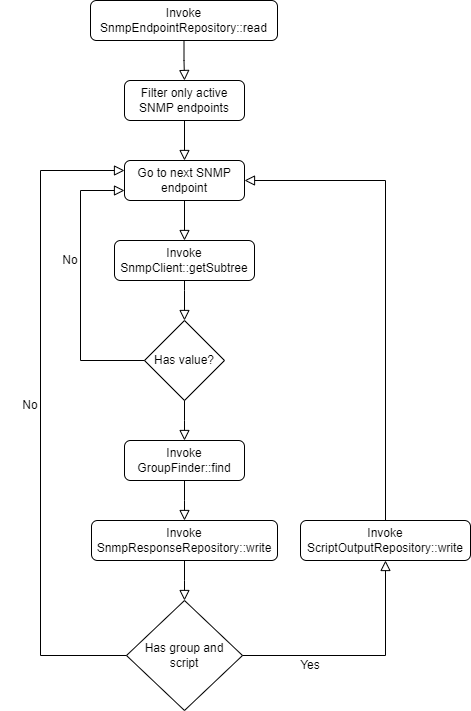
Earlier version of the draw.io export snmp-listener.drawio.png (TrifonDardzhonov/snmp-tracer). Source tidied: cells renumbered, new cells last; positions are measured from the earlier drawing's top-left corner, leaving out a move shared by most shapes. Source of this version:
```xml
<mxGraphModel>
  <root>
    <mxCell id="0" />
    <mxCell id="1" parent="0" />
    <mxCell id="2" style="rounded=0;html=1;jettySize=auto;fontSize=11;endArrow=block;endFill=0;endSize=8;strokeWidth=1;shadow=0;labelBackgroundColor=none;edgeStyle=orthogonalEdgeStyle;entryX=0.5;entryY=0;entryDx=0;entryDy=0;" parent="1" edge="1" source="3" target="4">
      <mxGeometry relative="1" as="geometry">
        <Array as="points">
          <mxPoint x="184" y="60" />
          <mxPoint x="184" y="60" />
        </Array>
      </mxGeometry>
    </mxCell>
    <mxCell id="3" value="Invoke SnmpEndpointRepository::read" style="rounded=1;whiteSpace=wrap;html=1;fontSize=12;glass=0;strokeWidth=1;shadow=0;" parent="1" vertex="1">
      <mxGeometry x="90" width="187" height="40" as="geometry" />
    </mxCell>
    <mxCell id="4" value="Filter only active SNMP endpoints" style="rounded=1;whiteSpace=wrap;html=1;fontSize=12;glass=0;strokeWidth=1;shadow=0;" parent="1" vertex="1">
      <mxGeometry x="124" y="80" width="120" height="40" as="geometry" />
    </mxCell>
    <mxCell id="5" style="rounded=0;html=1;jettySize=auto;fontSize=11;endArrow=block;endFill=0;endSize=8;strokeWidth=1;shadow=0;labelBackgroundColor=none;edgeStyle=orthogonalEdgeStyle;entryX=0.5;entryY=0;entryDx=0;entryDy=0;exitX=0.5;exitY=1;exitDx=0;exitDy=0;" parent="1" edge="1" source="4" target="6">
      <mxGeometry relative="1" as="geometry">
        <Array as="points">
          <mxPoint x="184" y="160" />
          <mxPoint x="184" y="160" />
        </Array>
      </mxGeometry>
    </mxCell>
    <mxCell id="6" value="Go to next SNMP endpoint" style="rounded=1;whiteSpace=wrap;html=1;fontSize=12;glass=0;strokeWidth=1;shadow=0;" parent="1" vertex="1">
      <mxGeometry x="124" y="160" width="120" height="40" as="geometry" />
    </mxCell>
    <mxCell id="7" value="Invoke SnmpClient::getSubtree" style="rounded=1;whiteSpace=wrap;html=1;fontSize=12;glass=0;strokeWidth=1;shadow=0;" parent="1" vertex="1">
      <mxGeometry x="114" y="240" width="140" height="40" as="geometry" />
    </mxCell>
    <mxCell id="8" style="rounded=0;html=1;jettySize=auto;fontSize=11;endArrow=block;endFill=0;endSize=8;strokeWidth=1;shadow=0;labelBackgroundColor=none;edgeStyle=orthogonalEdgeStyle;entryX=0.5;entryY=0;entryDx=0;entryDy=0;exitX=0.5;exitY=1;exitDx=0;exitDy=0;" parent="1" edge="1" source="6" target="7">
      <mxGeometry relative="1" as="geometry" />
    </mxCell>
    <mxCell id="9" value="Has value?" style="rhombus;whiteSpace=wrap;html=1;" parent="1" vertex="1">
      <mxGeometry x="144" y="320" width="80" height="80" as="geometry" />
    </mxCell>
    <mxCell id="10" style="rounded=0;html=1;jettySize=auto;fontSize=11;endArrow=block;endFill=0;endSize=8;strokeWidth=1;shadow=0;labelBackgroundColor=none;edgeStyle=orthogonalEdgeStyle;entryX=0.5;entryY=0;entryDx=0;entryDy=0;exitX=0.5;exitY=1;exitDx=0;exitDy=0;" parent="1" edge="1" source="7" target="9">
      <mxGeometry relative="1" as="geometry">
        <Array as="points">
          <mxPoint x="184" y="290" />
          <mxPoint x="184" y="290" />
        </Array>
      </mxGeometry>
    </mxCell>
    <mxCell id="11" style="rounded=0;html=1;jettySize=auto;fontSize=11;endArrow=block;endFill=0;endSize=8;strokeWidth=1;shadow=0;labelBackgroundColor=none;edgeStyle=orthogonalEdgeStyle;exitX=0;exitY=0.5;exitDx=0;exitDy=0;entryX=0;entryY=0.75;entryDx=0;entryDy=0;" parent="1" edge="1" source="9" target="6">
      <mxGeometry relative="1" as="geometry">
        <Array as="points">
          <mxPoint x="80" y="360" />
          <mxPoint x="80" y="190" />
        </Array>
      </mxGeometry>
    </mxCell>
    <mxCell id="12" value="No" style="text;html=1;strokeColor=none;fillColor=none;align=center;verticalAlign=middle;whiteSpace=wrap;rounded=0;" parent="1" vertex="1">
      <mxGeometry x="40" y="245" width="60" height="30" as="geometry" />
    </mxCell>
    <mxCell id="13" value="Invoke GroupFinder::find" style="rounded=1;whiteSpace=wrap;html=1;fontSize=12;glass=0;strokeWidth=1;shadow=0;" parent="1" vertex="1">
      <mxGeometry x="124" y="440" width="120" height="40" as="geometry" />
    </mxCell>
    <mxCell id="14" style="rounded=0;html=1;jettySize=auto;fontSize=11;endArrow=block;endFill=0;endSize=8;strokeWidth=1;shadow=0;labelBackgroundColor=none;edgeStyle=orthogonalEdgeStyle;entryX=0.5;entryY=0;entryDx=0;entryDy=0;exitX=0.5;exitY=1;exitDx=0;exitDy=0;" parent="1" edge="1" source="9" target="13">
      <mxGeometry relative="1" as="geometry">
        <Array as="points">
          <mxPoint x="184" y="420" />
          <mxPoint x="184" y="420" />
        </Array>
      </mxGeometry>
    </mxCell>
    <mxCell id="15" value="Invoke SnmpResponseRepository::write" style="rounded=1;whiteSpace=wrap;html=1;fontSize=12;glass=0;strokeWidth=1;shadow=0;" parent="1" vertex="1">
      <mxGeometry x="91" y="520" width="186" height="40" as="geometry" />
    </mxCell>
    <mxCell id="16" style="rounded=0;html=1;jettySize=auto;fontSize=11;endArrow=block;endFill=0;endSize=8;strokeWidth=1;shadow=0;labelBackgroundColor=none;edgeStyle=orthogonalEdgeStyle;entryX=0.5;entryY=0;entryDx=0;entryDy=0;exitX=0.5;exitY=1;exitDx=0;exitDy=0;" parent="1" edge="1" source="13" target="15">
      <mxGeometry relative="1" as="geometry">
        <Array as="points">
          <mxPoint x="184" y="500" />
          <mxPoint x="184" y="500" />
        </Array>
      </mxGeometry>
    </mxCell>
    <mxCell id="17" value="Has group and&lt;br&gt;script" style="rhombus;whiteSpace=wrap;html=1;" parent="1" vertex="1">
      <mxGeometry x="126" y="600" width="116" height="110" as="geometry" />
    </mxCell>
    <mxCell id="18" style="rounded=0;html=1;jettySize=auto;fontSize=11;endArrow=block;endFill=0;endSize=8;strokeWidth=1;shadow=0;labelBackgroundColor=none;edgeStyle=orthogonalEdgeStyle;entryX=0.5;entryY=0;entryDx=0;entryDy=0;exitX=0.5;exitY=1;exitDx=0;exitDy=0;" parent="1" edge="1" source="15" target="17">
      <mxGeometry relative="1" as="geometry">
        <Array as="points">
          <mxPoint x="184" y="580" />
          <mxPoint x="184" y="580" />
        </Array>
      </mxGeometry>
    </mxCell>
    <mxCell id="19" style="rounded=0;html=1;jettySize=auto;fontSize=11;endArrow=block;endFill=0;endSize=8;strokeWidth=1;shadow=0;labelBackgroundColor=none;edgeStyle=orthogonalEdgeStyle;exitX=0;exitY=0.5;exitDx=0;exitDy=0;entryX=0;entryY=0.25;entryDx=0;entryDy=0;" parent="1" edge="1" source="17" target="6">
      <mxGeometry relative="1" as="geometry">
        <Array as="points">
          <mxPoint x="40" y="655" />
          <mxPoint x="40" y="170" />
        </Array>
      </mxGeometry>
    </mxCell>
    <mxCell id="20" value="No" style="text;html=1;strokeColor=none;fillColor=none;align=center;verticalAlign=middle;whiteSpace=wrap;rounded=0;" parent="1" vertex="1">
      <mxGeometry y="390" width="60" height="30" as="geometry" />
    </mxCell>
    <mxCell id="21" value="Invoke ScriptOutputRepository::write" style="rounded=1;whiteSpace=wrap;html=1;fontSize=12;glass=0;strokeWidth=1;shadow=0;" parent="1" vertex="1">
      <mxGeometry x="300" y="520" width="170" height="40" as="geometry" />
    </mxCell>
    <mxCell id="22" style="rounded=0;html=1;jettySize=auto;fontSize=11;endArrow=block;endFill=0;endSize=8;strokeWidth=1;shadow=0;labelBackgroundColor=none;edgeStyle=orthogonalEdgeStyle;entryX=0.5;entryY=1;entryDx=0;entryDy=0;exitX=1;exitY=0.5;exitDx=0;exitDy=0;" parent="1" edge="1" source="17" target="21">
      <mxGeometry relative="1" as="geometry">
        <Array as="points">
          <mxPoint x="385" y="655" />
        </Array>
      </mxGeometry>
    </mxCell>
    <mxCell id="23" value="Yes" style="text;html=1;strokeColor=none;fillColor=none;align=center;verticalAlign=middle;whiteSpace=wrap;rounded=0;" parent="1" vertex="1">
      <mxGeometry x="280" y="650" width="60" height="30" as="geometry" />
    </mxCell>
    <mxCell id="24" style="rounded=0;html=1;jettySize=auto;fontSize=11;endArrow=block;endFill=0;endSize=8;strokeWidth=1;shadow=0;labelBackgroundColor=none;edgeStyle=orthogonalEdgeStyle;entryX=1;entryY=0.5;entryDx=0;entryDy=0;exitX=0.5;exitY=0;exitDx=0;exitDy=0;" parent="1" edge="1" source="21" target="6">
      <mxGeometry relative="1" as="geometry">
        <Array as="points">
          <mxPoint x="385" y="180" />
        </Array>
      </mxGeometry>
    </mxCell>
  </root>
</mxGraphModel>
```
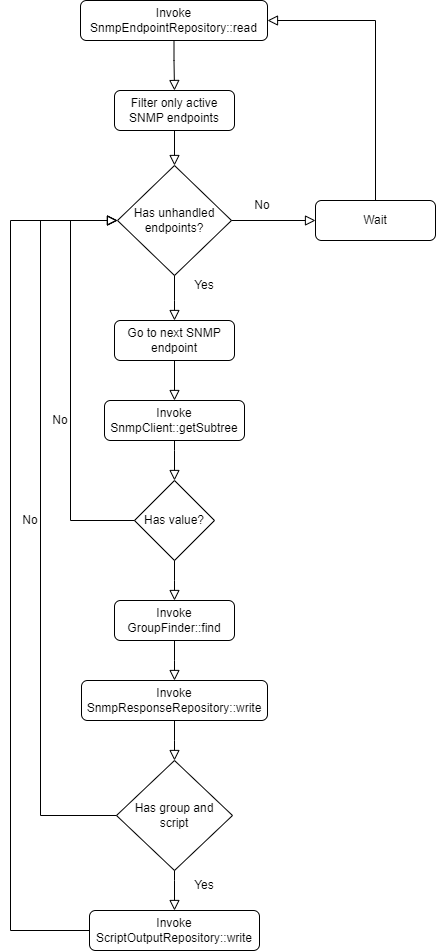
Later version of the same file.

The edit, as a diff of the source:
```diff
@@ -5,24 +5,19 @@
     <mxCell id="2" style="rounded=0;html=1;jettySize=auto;fontSize=11;endArrow=block;endFill=0;endSize=8;strokeWidth=1;shadow=0;labelBackgroundColor=none;edgeStyle=orthogonalEdgeStyle;entryX=0.5;entryY=0;entryDx=0;entryDy=0;" parent="1" edge="1" source="3" target="4">
       <mxGeometry relative="1" as="geometry">
         <Array as="points">
-          <mxPoint x="184" y="60" />
-          <mxPoint x="184" y="60" />
+          <mxPoint x="184" y="-100" />
+          <mxPoint x="184" y="-100" />
         </Array>
       </mxGeometry>
     </mxCell>
     <mxCell id="3" value="Invoke SnmpEndpointRepository::read" style="rounded=1;whiteSpace=wrap;html=1;fontSize=12;glass=0;strokeWidth=1;shadow=0;" parent="1" vertex="1">
-      <mxGeometry x="90" width="187" height="40" as="geometry" />
+      <mxGeometry x="90" y="-160" width="187" height="40" as="geometry" />
     </mxCell>
     <mxCell id="4" value="Filter only active SNMP endpoints" style="rounded=1;whiteSpace=wrap;html=1;fontSize=12;glass=0;strokeWidth=1;shadow=0;" parent="1" vertex="1">
-      <mxGeometry x="124" y="80" width="120" height="40" as="geometry" />
+      <mxGeometry x="124" y="-70" width="120" height="40" as="geometry" />
     </mxCell>
-    <mxCell id="5" style="rounded=0;html=1;jettySize=auto;fontSize=11;endArrow=block;endFill=0;endSize=8;strokeWidth=1;shadow=0;labelBackgroundColor=none;edgeStyle=orthogonalEdgeStyle;entryX=0.5;entryY=0;entryDx=0;entryDy=0;exitX=0.5;exitY=1;exitDx=0;exitDy=0;" parent="1" edge="1" source="4" target="6">
-      <mxGeometry relative="1" as="geometry">
-        <Array as="points">
-          <mxPoint x="184" y="160" />
-          <mxPoint x="184" y="160" />
-        </Array>
-      </mxGeometry>
+    <mxCell id="5" style="rounded=0;html=1;jettySize=auto;fontSize=11;endArrow=block;endFill=0;endSize=8;strokeWidth=1;shadow=0;labelBackgroundColor=none;edgeStyle=orthogonalEdgeStyle;entryX=0.5;entryY=0;entryDx=0;entryDy=0;exitX=0.5;exitY=1;exitDx=0;exitDy=0;" parent="1" edge="1" source="4" target="25">
+      <mxGeometry relative="1" as="geometry" />
     </mxCell>
     <mxCell id="6" value="Go to next SNMP endpoint" style="rounded=1;whiteSpace=wrap;html=1;fontSize=12;glass=0;strokeWidth=1;shadow=0;" parent="1" vertex="1">
       <mxGeometry x="124" y="160" width="120" height="40" as="geometry" />
@@ -44,11 +39,11 @@
         </Array>
       </mxGeometry>
     </mxCell>
-    <mxCell id="11" style="rounded=0;html=1;jettySize=auto;fontSize=11;endArrow=block;endFill=0;endSize=8;strokeWidth=1;shadow=0;labelBackgroundColor=none;edgeStyle=orthogonalEdgeStyle;exitX=0;exitY=0.5;exitDx=0;exitDy=0;entryX=0;entryY=0.75;entryDx=0;entryDy=0;" parent="1" edge="1" source="9" target="6">
+    <mxCell id="11" style="rounded=0;html=1;jettySize=auto;fontSize=11;endArrow=block;endFill=0;endSize=8;strokeWidth=1;shadow=0;labelBackgroundColor=none;edgeStyle=orthogonalEdgeStyle;exitX=0;exitY=0.5;exitDx=0;exitDy=0;entryX=0;entryY=0.5;entryDx=0;entryDy=0;" parent="1" edge="1" source="9" target="25">
       <mxGeometry relative="1" as="geometry">
         <Array as="points">
           <mxPoint x="80" y="360" />
-          <mxPoint x="80" y="190" />
+          <mxPoint x="80" y="60" />
         </Array>
       </mxGeometry>
     </mxCell>
@@ -88,36 +83,68 @@
         </Array>
       </mxGeometry>
     </mxCell>
-    <mxCell id="19" style="rounded=0;html=1;jettySize=auto;fontSize=11;endArrow=block;endFill=0;endSize=8;strokeWidth=1;shadow=0;labelBackgroundColor=none;edgeStyle=orthogonalEdgeStyle;exitX=0;exitY=0.5;exitDx=0;exitDy=0;entryX=0;entryY=0.25;entryDx=0;entryDy=0;" parent="1" edge="1" source="17" target="6">
+    <mxCell id="19" style="rounded=0;html=1;jettySize=auto;fontSize=11;endArrow=block;endFill=0;endSize=8;strokeWidth=1;shadow=0;labelBackgroundColor=none;edgeStyle=orthogonalEdgeStyle;exitX=0;exitY=0.5;exitDx=0;exitDy=0;entryX=0;entryY=0.5;entryDx=0;entryDy=0;" parent="1" edge="1" source="17" target="25">
       <mxGeometry relative="1" as="geometry">
         <Array as="points">
-          <mxPoint x="40" y="655" />
-          <mxPoint x="40" y="170" />
+          <mxPoint x="50" y="655" />
+          <mxPoint x="50" y="60" />
         </Array>
       </mxGeometry>
     </mxCell>
     <mxCell id="20" value="No" style="text;html=1;strokeColor=none;fillColor=none;align=center;verticalAlign=middle;whiteSpace=wrap;rounded=0;" parent="1" vertex="1">
-      <mxGeometry y="390" width="60" height="30" as="geometry" />
+      <mxGeometry x="10" y="345" width="60" height="30" as="geometry" />
     </mxCell>
     <mxCell id="21" value="Invoke ScriptOutputRepository::write" style="rounded=1;whiteSpace=wrap;html=1;fontSize=12;glass=0;strokeWidth=1;shadow=0;" parent="1" vertex="1">
-      <mxGeometry x="300" y="520" width="170" height="40" as="geometry" />
+      <mxGeometry x="99" y="750" width="170" height="40" as="geometry" />
     </mxCell>
-    <mxCell id="22" style="rounded=0;html=1;jettySize=auto;fontSize=11;endArrow=block;endFill=0;endSize=8;strokeWidth=1;shadow=0;labelBackgroundColor=none;edgeStyle=orthogonalEdgeStyle;entryX=0.5;entryY=1;entryDx=0;entryDy=0;exitX=1;exitY=0.5;exitDx=0;exitDy=0;" parent="1" edge="1" source="17" target="21">
+    <mxCell id="22" style="rounded=0;html=1;jettySize=auto;fontSize=11;endArrow=block;endFill=0;endSize=8;strokeWidth=1;shadow=0;labelBackgroundColor=none;edgeStyle=orthogonalEdgeStyle;entryX=0.5;entryY=0;entryDx=0;entryDy=0;exitX=0.5;exitY=1;exitDx=0;exitDy=0;" parent="1" edge="1" source="17" target="21">
       <mxGeometry relative="1" as="geometry">
         <Array as="points">
-          <mxPoint x="385" y="655" />
+          <mxPoint x="184" y="720" />
+          <mxPoint x="184" y="720" />
         </Array>
       </mxGeometry>
     </mxCell>
     <mxCell id="23" value="Yes" style="text;html=1;strokeColor=none;fillColor=none;align=center;verticalAlign=middle;whiteSpace=wrap;rounded=0;" parent="1" vertex="1">
-      <mxGeometry x="280" y="650" width="60" height="30" as="geometry" />
+      <mxGeometry x="184" y="710" width="60" height="30" as="geometry" />
     </mxCell>
-    <mxCell id="24" style="rounded=0;html=1;jettySize=auto;fontSize=11;endArrow=block;endFill=0;endSize=8;strokeWidth=1;shadow=0;labelBackgroundColor=none;edgeStyle=orthogonalEdgeStyle;entryX=1;entryY=0.5;entryDx=0;entryDy=0;exitX=0.5;exitY=0;exitDx=0;exitDy=0;" parent="1" edge="1" source="21" target="6">
-      <mxGeometry relative="1" as="geometry">
-        <Array as="points">
-          <mxPoint x="385" y="180" />
-        </Array>
-      </mxGeometry>
-    </mxCell>
+    <mxCell id="25" value="Has unhandled&lt;br&gt;endpoints?" style="rhombus;whiteSpace=wrap;html=1;" parent="1" vertex="1">
+      <mxGeometry x="127" y="5" width="114" height="110" as="geometry" />
+    </mxCell>
+    <mxCell id="26" style="rounded=0;html=1;jettySize=auto;fontSize=11;endArrow=block;endFill=0;endSize=8;strokeWidth=1;shadow=0;labelBackgroundColor=none;edgeStyle=orthogonalEdgeStyle;entryX=0.5;entryY=0;entryDx=0;entryDy=0;exitX=0.5;exitY=1;exitDx=0;exitDy=0;" parent="1" edge="1" source="25" target="6">
+      <mxGeometry relative="1" as="geometry">
+        <Array as="points">
+          <mxPoint x="184" y="140" />
+          <mxPoint x="184" y="140" />
+        </Array>
+      </mxGeometry>
+    </mxCell>
+    <mxCell id="27" style="rounded=0;html=1;jettySize=auto;fontSize=11;endArrow=block;endFill=0;endSize=8;strokeWidth=1;shadow=0;labelBackgroundColor=none;edgeStyle=orthogonalEdgeStyle;exitX=1;exitY=0.5;exitDx=0;exitDy=0;entryX=0;entryY=0.5;entryDx=0;entryDy=0;" parent="1" edge="1" source="25" target="30">
+      <mxGeometry relative="1" as="geometry" />
+    </mxCell>
+    <mxCell id="28" value="No" style="text;html=1;strokeColor=none;fillColor=none;align=center;verticalAlign=middle;whiteSpace=wrap;rounded=0;" parent="1" vertex="1">
+      <mxGeometry x="242" y="30" width="60" height="30" as="geometry" />
+    </mxCell>
+    <mxCell id="29" value="Yes" style="text;html=1;strokeColor=none;fillColor=none;align=center;verticalAlign=middle;whiteSpace=wrap;rounded=0;" parent="1" vertex="1">
+      <mxGeometry x="184" y="110" width="60" height="30" as="geometry" />
+    </mxCell>
+    <mxCell id="30" value="Wait" style="rounded=1;whiteSpace=wrap;html=1;fontSize=12;glass=0;strokeWidth=1;shadow=0;" parent="1" vertex="1">
+      <mxGeometry x="325" y="40" width="120" height="40" as="geometry" />
+    </mxCell>
+    <mxCell id="31" style="rounded=0;html=1;jettySize=auto;fontSize=11;endArrow=block;endFill=0;endSize=8;strokeWidth=1;shadow=0;labelBackgroundColor=none;edgeStyle=orthogonalEdgeStyle;entryX=1;entryY=0.5;entryDx=0;entryDy=0;exitX=0.5;exitY=0;exitDx=0;exitDy=0;" parent="1" edge="1" source="30" target="3">
+      <mxGeometry relative="1" as="geometry">
+        <Array as="points">
+          <mxPoint x="385" y="-140" />
+        </Array>
+      </mxGeometry>
+    </mxCell>
+    <mxCell id="32" style="rounded=0;html=1;jettySize=auto;fontSize=11;endArrow=block;endFill=0;endSize=8;strokeWidth=1;shadow=0;labelBackgroundColor=none;edgeStyle=orthogonalEdgeStyle;exitX=0;exitY=0.5;exitDx=0;exitDy=0;entryX=0;entryY=0.5;entryDx=0;entryDy=0;" parent="1" edge="1" source="21" target="25">
+      <mxGeometry relative="1" as="geometry">
+        <Array as="points">
+          <mxPoint x="20" y="770" />
+          <mxPoint x="20" y="60" />
+        </Array>
+      </mxGeometry>
+    </mxCell>
   </root>
 </mxGraphModel>
```
